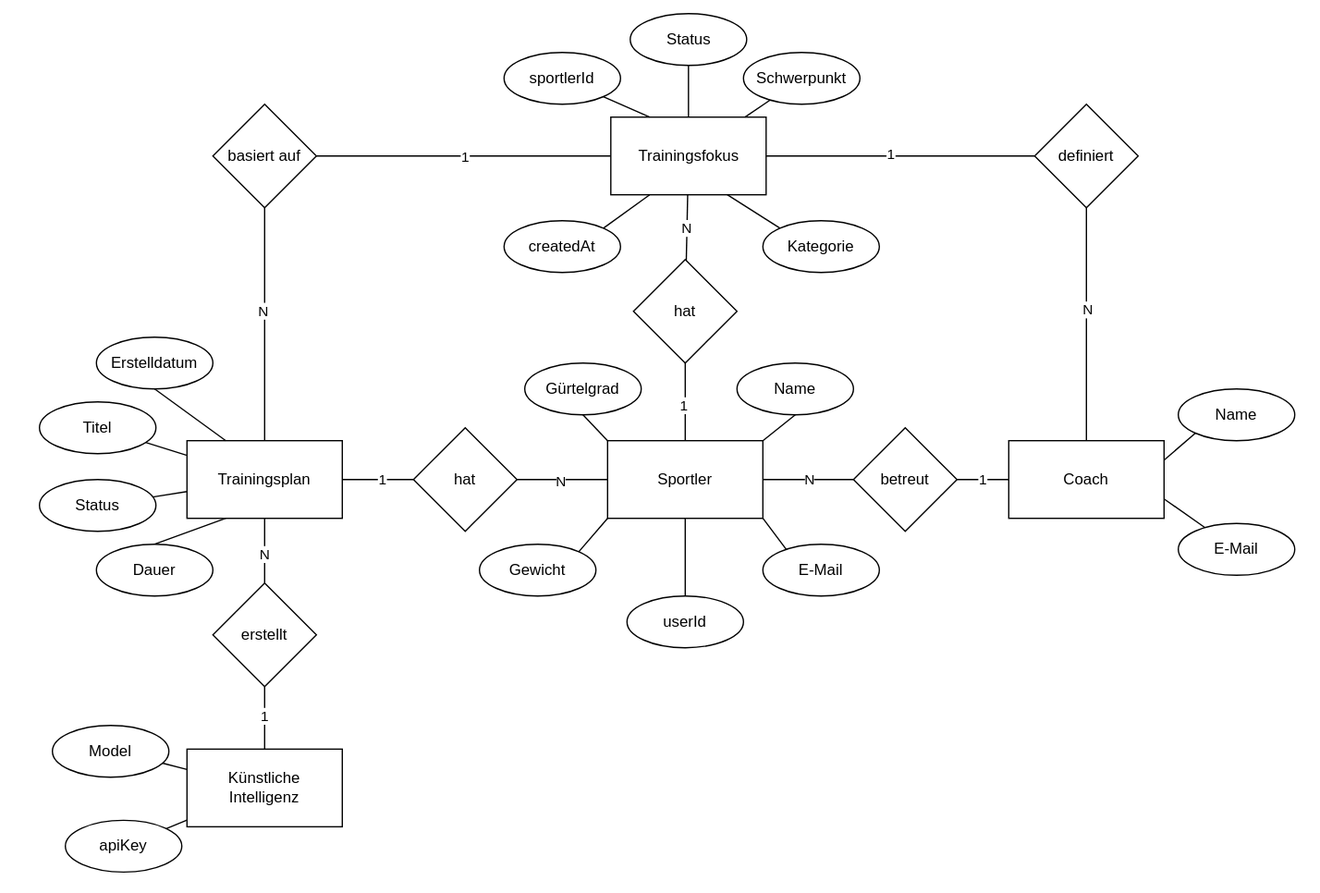
The draw.io diagram doc/er-diagram.drawio.svg in Arben-ai/karateaicoach, before a commit. Source tidied: cells renumbered, new cells last; positions are measured from the earlier drawing's top-left corner, leaving out a move shared by most shapes.
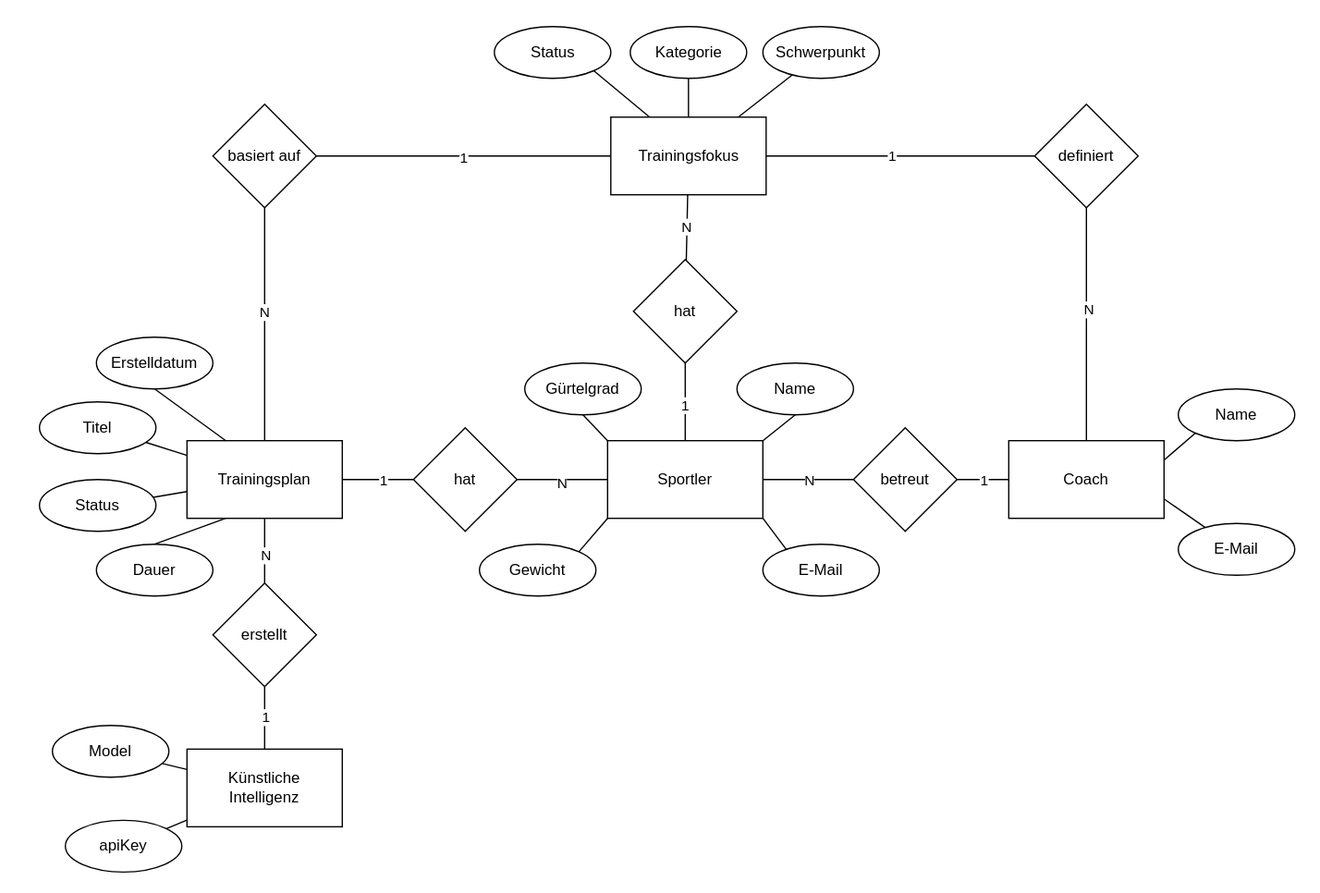
After the change.

Commit message:
Implement feature X to enhance user experience and fix bug Y in module Z

Diff of the diagram source:
```diff
@@ -184,23 +184,17 @@
     <mxCell id="55" value="1" style="edgeLabel;html=1;align=center;verticalAlign=middle;fontFamily=Helvetica;fontSize=11;fontColor=default;labelBackgroundColor=default;" parent="54" vertex="1">
       <mxGeometry y="1" relative="1" as="geometry" />
     </mxCell>
-    <mxCell id="56" style="edgeStyle=none;shape=connector;rounded=1;html=1;exitX=0.5;exitY=0;exitDx=0;exitDy=0;entryX=0.5;entryY=1;entryDx=0;entryDy=0;strokeColor=default;align=center;verticalAlign=middle;fontFamily=Helvetica;fontSize=11;fontColor=default;labelBackgroundColor=default;endArrow=none;endFill=0;" parent="1" edge="1" source="57" target="67">
+    <mxCell id="56" style="edgeStyle=none;shape=connector;rounded=1;html=1;exitX=0.25;exitY=0;exitDx=0;exitDy=0;entryX=1;entryY=1;entryDx=0;entryDy=0;strokeColor=default;align=center;verticalAlign=middle;fontFamily=Helvetica;fontSize=11;fontColor=default;labelBackgroundColor=default;endArrow=none;endFill=0;" parent="1" edge="1" source="57" target="67">
       <mxGeometry relative="1" as="geometry" />
     </mxCell>
     <mxCell id="57" value="Trainingsfokus" style="whiteSpace=wrap;html=1;rounded=0;" parent="1" vertex="1">
       <mxGeometry x="471.5" y="90" width="120" height="60" as="geometry" />
     </mxCell>
-    <mxCell id="58" style="edgeStyle=none;shape=connector;rounded=1;html=1;exitX=1;exitY=1;exitDx=0;exitDy=0;entryX=0.25;entryY=0;entryDx=0;entryDy=0;strokeColor=default;align=center;verticalAlign=middle;fontFamily=Helvetica;fontSize=11;fontColor=default;labelBackgroundColor=default;endArrow=none;endFill=0;" parent="1" edge="1" source="59" target="57">
-      <mxGeometry relative="1" as="geometry" />
-    </mxCell>
-    <mxCell id="59" value="sportlerId" style="ellipse;whiteSpace=wrap;html=1;" parent="1" vertex="1">
-      <mxGeometry x="389" y="40" width="90" height="40" as="geometry" />
-    </mxCell>
     <mxCell id="60" style="edgeStyle=none;shape=connector;rounded=1;html=1;strokeColor=default;align=center;verticalAlign=middle;fontFamily=Helvetica;fontSize=11;fontColor=default;labelBackgroundColor=default;endArrow=none;endFill=0;" parent="1" edge="1" source="61" target="57">
       <mxGeometry relative="1" as="geometry" />
     </mxCell>
     <mxCell id="61" value="Schwerpunkt" style="ellipse;whiteSpace=wrap;html=1;" parent="1" vertex="1">
-      <mxGeometry x="574" y="40" width="90" height="40" as="geometry" />
+      <mxGeometry x="589" y="20" width="90" height="40" as="geometry" />
     </mxCell>
     <mxCell id="62" style="edgeStyle=none;shape=connector;rounded=1;html=1;exitX=0;exitY=0.5;exitDx=0;exitDy=0;entryX=1;entryY=0.5;entryDx=0;entryDy=0;strokeColor=default;align=center;verticalAlign=middle;fontFamily=Helvetica;fontSize=11;fontColor=default;labelBackgroundColor=default;endArrow=none;endFill=0;" parent="1" edge="1" source="64" target="57">
       <mxGeometry relative="1" as="geometry" />
@@ -218,7 +212,7 @@
       <mxGeometry x="164" y="80" width="80" height="80" as="geometry" />
     </mxCell>
     <mxCell id="67" value="Status" style="ellipse;whiteSpace=wrap;html=1;" parent="1" vertex="1">
-      <mxGeometry x="486.5" y="10" width="90" height="40" as="geometry" />
+      <mxGeometry x="381.5" y="20" width="90" height="40" as="geometry" />
     </mxCell>
     <mxCell id="68" style="edgeStyle=none;shape=connector;rounded=1;html=1;strokeColor=default;align=center;verticalAlign=middle;fontFamily=Helvetica;fontSize=11;fontColor=default;labelBackgroundColor=default;endArrow=none;endFill=0;" parent="1" edge="1" source="70" target="71">
       <mxGeometry relative="1" as="geometry" />
@@ -246,23 +240,11 @@
     <mxCell id="75" value="Model" style="ellipse;whiteSpace=wrap;html=1;" parent="1" vertex="1">
       <mxGeometry x="40" y="560" width="90" height="40" as="geometry" />
     </mxCell>
-    <mxCell id="76" style="edgeStyle=none;html=1;exitX=0.5;exitY=0;exitDx=0;exitDy=0;entryX=0.5;entryY=1;entryDx=0;entryDy=0;endArrow=none;endFill=0;" parent="1" edge="1" source="77" target="9">
-      <mxGeometry relative="1" as="geometry" />
-    </mxCell>
-    <mxCell id="77" value="userId" style="ellipse;whiteSpace=wrap;html=1;" parent="1" vertex="1">
-      <mxGeometry x="484" y="460" width="90" height="40" as="geometry" />
-    </mxCell>
-    <mxCell id="78" style="edgeStyle=none;html=1;exitX=0;exitY=0;exitDx=0;exitDy=0;entryX=0.75;entryY=1;entryDx=0;entryDy=0;endArrow=none;endFill=0;" parent="1" edge="1" source="79" target="57">
+    <mxCell id="78" style="edgeStyle=none;html=1;exitX=0.5;exitY=1;exitDx=0;exitDy=0;entryX=0.5;entryY=0;entryDx=0;entryDy=0;endArrow=none;endFill=0;" parent="1" edge="1" source="79" target="57">
       <mxGeometry relative="1" as="geometry" />
     </mxCell>
     <mxCell id="79" value="Kategorie" style="ellipse;whiteSpace=wrap;html=1;" parent="1" vertex="1">
-      <mxGeometry x="589" y="170" width="90" height="40" as="geometry" />
+      <mxGeometry x="486.5" y="20" width="90" height="40" as="geometry" />
     </mxCell>
-    <mxCell id="80" style="edgeStyle=none;shape=connector;rounded=1;html=1;exitX=1;exitY=0;exitDx=0;exitDy=0;entryX=0.25;entryY=1;entryDx=0;entryDy=0;strokeColor=default;align=center;verticalAlign=middle;fontFamily=Helvetica;fontSize=11;fontColor=default;labelBackgroundColor=default;endArrow=none;endFill=0;" parent="1" edge="1" source="81" target="57">
-      <mxGeometry relative="1" as="geometry" />
-    </mxCell>
-    <mxCell id="81" value="createdAt" style="ellipse;whiteSpace=wrap;html=1;" parent="1" vertex="1">
-      <mxGeometry x="389" y="170" width="90" height="40" as="geometry" />
-    </mxCell>
   </root>
 </mxGraphModel>
```
